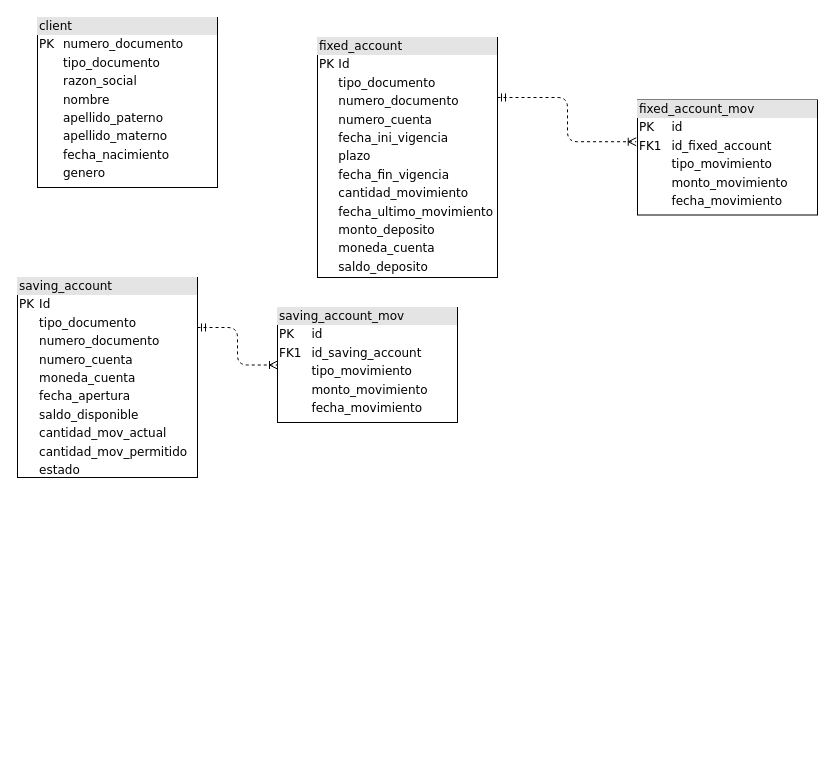
This is analisis/estructura de db.drawio from jedaniel/bootcamp_microservicio, a draw.io file, before an edit. Source tidied: cells renumbered, new cells numbered last; positions are measured from the earlier drawing's top-left corner, leaving out a move shared by most shapes. Both pictures are drawn from the tidied source at 100%, with x=0, y=0 at pixel (17, 17).
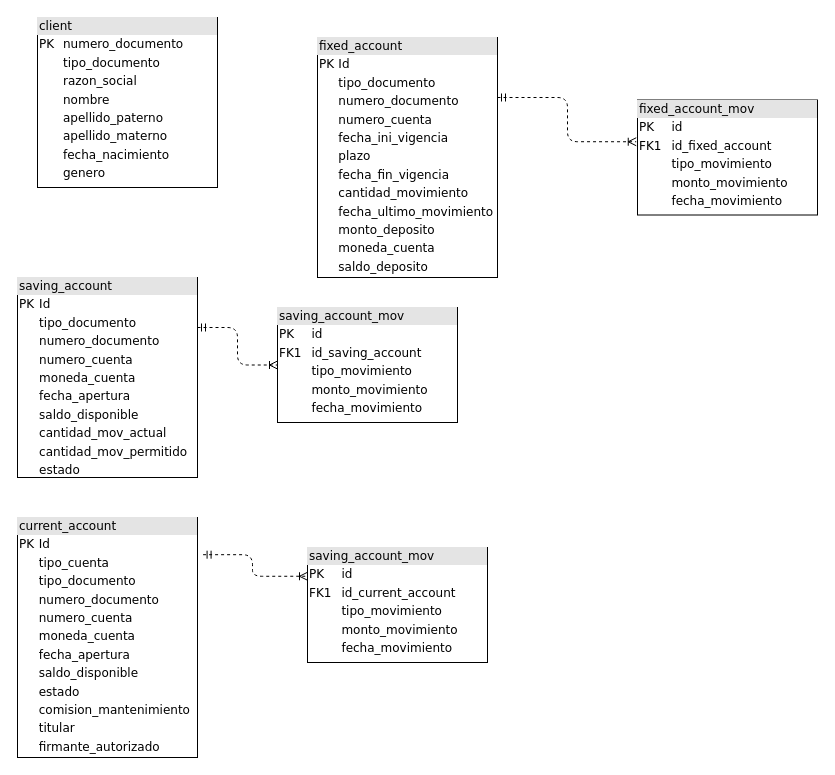
The same page after the edit.

Diff of the diagram source:
```diff
@@
 <mxGraphModel>
   <root>
     <mxCell id="0" />
     <mxCell id="1" parent="0" />
     <mxCell id="2" value="&lt;div style=&quot;box-sizing:border-box;width:100%;background:#e4e4e4;padding:2px;&quot;&gt;client&lt;/div&gt;&lt;table style=&quot;width:100%;font-size:1em;&quot; cellpadding=&quot;2&quot; cellspacing=&quot;0&quot;&gt;&lt;tbody&gt;&lt;tr&gt;&lt;td&gt;PK&lt;/td&gt;&lt;td&gt;numero_documento&lt;/td&gt;&lt;/tr&gt;&lt;tr&gt;&lt;td&gt;&lt;br&gt;&lt;/td&gt;&lt;td&gt;tipo_documento&lt;br&gt;&lt;/td&gt;&lt;/tr&gt;&lt;tr&gt;&lt;td&gt;&lt;br&gt;&lt;/td&gt;&lt;td&gt;razon_social&lt;/td&gt;&lt;/tr&gt;&lt;tr&gt;&lt;td&gt;&lt;/td&gt;&lt;td&gt;nombre&lt;/td&gt;&lt;/tr&gt;&lt;tr&gt;&lt;td&gt;&lt;br&gt;&lt;/td&gt;&lt;td&gt;apellido_paterno&lt;/td&gt;&lt;/tr&gt;&lt;tr&gt;&lt;td&gt;&lt;br&gt;&lt;/td&gt;&lt;td&gt;apellido_materno&lt;/td&gt;&lt;/tr&gt;&lt;tr&gt;&lt;td&gt;&lt;br&gt;&lt;/td&gt;&lt;td&gt;fecha_nacimiento&lt;/td&gt;&lt;/tr&gt;&lt;tr&gt;&lt;td&gt;&lt;br&gt;&lt;/td&gt;&lt;td&gt;genero&lt;/td&gt;&lt;/tr&gt;&lt;tr&gt;&lt;td&gt;&lt;br&gt;&lt;/td&gt;&lt;td&gt;&lt;br&gt;&lt;/td&gt;&lt;/tr&gt;&lt;/tbody&gt;&lt;/table&gt;" style="verticalAlign=top;align=left;overflow=fill;html=1;rounded=0;shadow=0;comic=0;labelBackgroundColor=none;strokeWidth=1;fontFamily=Verdana;fontSize=12;" parent="1" vertex="1">
       <mxGeometry x="20" width="180" height="170" as="geometry" />
     </mxCell>
     <mxCell id="3" value="&lt;div style=&quot;box-sizing:border-box;width:100%;background:#e4e4e4;padding:2px;&quot;&gt;fixed_account&lt;/div&gt;&lt;table style=&quot;width:100%;font-size:1em;&quot; cellpadding=&quot;2&quot; cellspacing=&quot;0&quot;&gt;&lt;tbody&gt;&lt;tr&gt;&lt;td&gt;PK&lt;/td&gt;&lt;td&gt;Id&lt;/td&gt;&lt;/tr&gt;&lt;tr&gt;&lt;td&gt;&lt;br&gt;&lt;/td&gt;&lt;td&gt;tipo_documento&lt;/td&gt;&lt;/tr&gt;&lt;tr&gt;&lt;td&gt;&lt;/td&gt;&lt;td&gt;numero_documento&lt;br&gt;&lt;/td&gt;&lt;/tr&gt;&lt;tr&gt;&lt;td&gt;&lt;br&gt;&lt;/td&gt;&lt;td&gt;numero_cuenta&lt;br&gt;&lt;/td&gt;&lt;/tr&gt;&lt;tr&gt;&lt;td&gt;&lt;br&gt;&lt;/td&gt;&lt;td&gt;fecha_ini_vigencia&lt;/td&gt;&lt;/tr&gt;&lt;tr&gt;&lt;td&gt;&lt;br&gt;&lt;/td&gt;&lt;td&gt;plazo&lt;/td&gt;&lt;/tr&gt;&lt;tr&gt;&lt;td&gt;&lt;br&gt;&lt;/td&gt;&lt;td&gt;fecha_fin_vigencia&lt;/td&gt;&lt;/tr&gt;&lt;tr&gt;&lt;td&gt;&lt;br&gt;&lt;/td&gt;&lt;td&gt;cantidad_movimiento&lt;/td&gt;&lt;/tr&gt;&lt;tr&gt;&lt;td&gt;&lt;br&gt;&lt;/td&gt;&lt;td&gt;fecha_ultimo_movimiento&lt;/td&gt;&lt;/tr&gt;&lt;tr&gt;&lt;td&gt;&lt;br&gt;&lt;/td&gt;&lt;td&gt;monto_deposito&lt;/td&gt;&lt;/tr&gt;&lt;tr&gt;&lt;td&gt;&lt;br&gt;&lt;/td&gt;&lt;td&gt;moneda_cuenta&lt;/td&gt;&lt;/tr&gt;&lt;tr&gt;&lt;td&gt;&lt;br&gt;&lt;/td&gt;&lt;td&gt;saldo_deposito&lt;/td&gt;&lt;/tr&gt;&lt;/tbody&gt;&lt;/table&gt;" style="verticalAlign=top;align=left;overflow=fill;html=1;rounded=0;shadow=0;comic=0;labelBackgroundColor=none;strokeWidth=1;fontFamily=Verdana;fontSize=12;" parent="1" vertex="1">
       <mxGeometry x="300" y="20" width="180" height="240" as="geometry" />
     </mxCell>
     <mxCell id="4" value="&lt;div style=&quot;box-sizing:border-box;width:100%;background:#e4e4e4;padding:2px;&quot;&gt;fixed_account_mov&lt;/div&gt;&lt;table style=&quot;width:100%;font-size:1em;&quot; cellpadding=&quot;2&quot; cellspacing=&quot;0&quot;&gt;&lt;tbody&gt;&lt;tr&gt;&lt;td&gt;PK&lt;/td&gt;&lt;td&gt;id&lt;/td&gt;&lt;/tr&gt;&lt;tr&gt;&lt;td&gt;FK1&lt;/td&gt;&lt;td&gt;id_fixed_account&lt;/td&gt;&lt;/tr&gt;&lt;tr&gt;&lt;td&gt;&lt;/td&gt;&lt;td&gt;tipo_movimiento&lt;/td&gt;&lt;/tr&gt;&lt;tr&gt;&lt;td&gt;&lt;br&gt;&lt;/td&gt;&lt;td&gt;monto_movimiento&lt;/td&gt;&lt;/tr&gt;&lt;tr&gt;&lt;td&gt;&lt;br&gt;&lt;/td&gt;&lt;td&gt;fecha_movimiento&lt;/td&gt;&lt;/tr&gt;&lt;/tbody&gt;&lt;/table&gt;" style="verticalAlign=top;align=left;overflow=fill;html=1;rounded=0;shadow=0;comic=0;labelBackgroundColor=none;strokeWidth=1;fontFamily=Verdana;fontSize=12;" parent="1" vertex="1">
       <mxGeometry x="620" y="82.5" width="180" height="115" as="geometry" />
     </mxCell>
     <mxCell id="5" style="edgeStyle=orthogonalEdgeStyle;html=1;dashed=1;labelBackgroundColor=none;startArrow=ERmandOne;endArrow=ERoneToMany;fontFamily=Verdana;fontSize=12;align=left;exitX=1;exitY=0.25;exitDx=0;exitDy=0;entryX=-0.007;entryY=0.363;entryDx=0;entryDy=0;entryPerimeter=0;" parent="1" edge="1" source="3" target="4">
       <mxGeometry relative="1" as="geometry" />
     </mxCell>
     <mxCell id="6" value="&lt;div style=&quot;box-sizing:border-box;width:100%;background:#e4e4e4;padding:2px;&quot;&gt;saving_account&lt;/div&gt;&lt;table style=&quot;width:100%;font-size:1em;&quot; cellpadding=&quot;2&quot; cellspacing=&quot;0&quot;&gt;&lt;tbody&gt;&lt;tr&gt;&lt;td&gt;PK&lt;/td&gt;&lt;td&gt;Id&lt;/td&gt;&lt;/tr&gt;&lt;tr&gt;&lt;td&gt;&lt;br&gt;&lt;/td&gt;&lt;td&gt;tipo_documento&lt;/td&gt;&lt;/tr&gt;&lt;tr&gt;&lt;td&gt;&lt;/td&gt;&lt;td&gt;numero_documento&lt;br&gt;&lt;/td&gt;&lt;/tr&gt;&lt;tr&gt;&lt;td&gt;&lt;br&gt;&lt;/td&gt;&lt;td&gt;numero_cuenta&lt;br&gt;&lt;/td&gt;&lt;/tr&gt;&lt;tr&gt;&lt;td&gt;&lt;br&gt;&lt;/td&gt;&lt;td&gt;moneda_cuenta&lt;/td&gt;&lt;/tr&gt;&lt;tr&gt;&lt;td&gt;&lt;br&gt;&lt;/td&gt;&lt;td&gt;fecha_apertura&lt;/td&gt;&lt;/tr&gt;&lt;tr&gt;&lt;td&gt;&lt;br&gt;&lt;/td&gt;&lt;td&gt;saldo_disponible&lt;/td&gt;&lt;/tr&gt;&lt;tr&gt;&lt;td&gt;&lt;br&gt;&lt;/td&gt;&lt;td&gt;cantidad_mov_actual&lt;/td&gt;&lt;/tr&gt;&lt;tr&gt;&lt;td&gt;&lt;br&gt;&lt;/td&gt;&lt;td&gt;cantidad_mov_permitido&lt;/td&gt;&lt;/tr&gt;&lt;tr&gt;&lt;td&gt;&lt;br&gt;&lt;/td&gt;&lt;td&gt;estado&lt;/td&gt;&lt;/tr&gt;&lt;/tbody&gt;&lt;/table&gt;" style="verticalAlign=top;align=left;overflow=fill;html=1;rounded=0;shadow=0;comic=0;labelBackgroundColor=none;strokeWidth=1;fontFamily=Verdana;fontSize=12;" parent="1" vertex="1">
       <mxGeometry y="260" width="180" height="200" as="geometry" />
     </mxCell>
     <mxCell id="7" value="&lt;div style=&quot;box-sizing:border-box;width:100%;background:#e4e4e4;padding:2px;&quot;&gt;saving_account_mov&lt;/div&gt;&lt;table style=&quot;width:100%;font-size:1em;&quot; cellpadding=&quot;2&quot; cellspacing=&quot;0&quot;&gt;&lt;tbody&gt;&lt;tr&gt;&lt;td&gt;PK&lt;/td&gt;&lt;td&gt;id&lt;/td&gt;&lt;/tr&gt;&lt;tr&gt;&lt;td&gt;FK1&lt;/td&gt;&lt;td&gt;id_saving_account&lt;/td&gt;&lt;/tr&gt;&lt;tr&gt;&lt;td&gt;&lt;/td&gt;&lt;td&gt;tipo_movimiento&lt;/td&gt;&lt;/tr&gt;&lt;tr&gt;&lt;td&gt;&lt;br&gt;&lt;/td&gt;&lt;td&gt;monto_movimiento&lt;/td&gt;&lt;/tr&gt;&lt;tr&gt;&lt;td&gt;&lt;br&gt;&lt;/td&gt;&lt;td&gt;fecha_movimiento&lt;/td&gt;&lt;/tr&gt;&lt;/tbody&gt;&lt;/table&gt;" style="verticalAlign=top;align=left;overflow=fill;html=1;rounded=0;shadow=0;comic=0;labelBackgroundColor=none;strokeWidth=1;fontFamily=Verdana;fontSize=12;" parent="1" vertex="1">
       <mxGeometry x="260" y="290" width="180" height="115" as="geometry" />
     </mxCell>
     <mxCell id="8" style="edgeStyle=orthogonalEdgeStyle;html=1;dashed=1;labelBackgroundColor=none;startArrow=ERmandOne;endArrow=ERoneToMany;fontFamily=Verdana;fontSize=12;align=left;exitX=1;exitY=0.25;exitDx=0;exitDy=0;entryX=0;entryY=0.5;entryDx=0;entryDy=0;" parent="1" edge="1" source="6" target="7">
       <mxGeometry relative="1" as="geometry" />
     </mxCell>
+    <mxCell id="9" value="&lt;div style=&quot;box-sizing:border-box;width:100%;background:#e4e4e4;padding:2px;&quot;&gt;current_account&lt;/div&gt;&lt;table style=&quot;width:100%;font-size:1em;&quot; cellpadding=&quot;2&quot; cellspacing=&quot;0&quot;&gt;&lt;tbody&gt;&lt;tr&gt;&lt;td&gt;PK&lt;/td&gt;&lt;td&gt;Id&lt;/td&gt;&lt;/tr&gt;&lt;tr&gt;&lt;td&gt;&lt;br&gt;&lt;/td&gt;&lt;td&gt;tipo_cuenta&lt;/td&gt;&lt;/tr&gt;&lt;tr&gt;&lt;td&gt;&lt;br&gt;&lt;/td&gt;&lt;td&gt;tipo_documento&lt;/td&gt;&lt;/tr&gt;&lt;tr&gt;&lt;td&gt;&lt;/td&gt;&lt;td&gt;numero_documento&lt;br&gt;&lt;/td&gt;&lt;/tr&gt;&lt;tr&gt;&lt;td&gt;&lt;br&gt;&lt;/td&gt;&lt;td&gt;numero_cuenta&lt;br&gt;&lt;/td&gt;&lt;/tr&gt;&lt;tr&gt;&lt;td&gt;&lt;br&gt;&lt;/td&gt;&lt;td&gt;moneda_cuenta&lt;/td&gt;&lt;/tr&gt;&lt;tr&gt;&lt;td&gt;&lt;br&gt;&lt;/td&gt;&lt;td&gt;fecha_apertura&lt;/td&gt;&lt;/tr&gt;&lt;tr&gt;&lt;td&gt;&lt;br&gt;&lt;/td&gt;&lt;td&gt;saldo_disponible&lt;/td&gt;&lt;/tr&gt;&lt;tr&gt;&lt;td&gt;&lt;br&gt;&lt;/td&gt;&lt;td&gt;estado&lt;/td&gt;&lt;/tr&gt;&lt;tr&gt;&lt;td&gt;&lt;br&gt;&lt;/td&gt;&lt;td&gt;comision_mantenimiento&lt;/td&gt;&lt;/tr&gt;&lt;tr&gt;&lt;td&gt;&lt;br&gt;&lt;/td&gt;&lt;td&gt;titular&lt;/td&gt;&lt;/tr&gt;&lt;tr&gt;&lt;td&gt;&lt;br&gt;&lt;/td&gt;&lt;td&gt;firmante_autorizado&lt;/td&gt;&lt;/tr&gt;&lt;/tbody&gt;&lt;/table&gt;" style="verticalAlign=top;align=left;overflow=fill;html=1;rounded=0;shadow=0;comic=0;labelBackgroundColor=none;strokeWidth=1;fontFamily=Verdana;fontSize=12;" parent="1" vertex="1">
+      <mxGeometry y="500" width="180" height="240" as="geometry" />
+    </mxCell>
+    <mxCell id="10" value="&lt;div style=&quot;box-sizing:border-box;width:100%;background:#e4e4e4;padding:2px;&quot;&gt;saving_account_mov&lt;/div&gt;&lt;table style=&quot;width:100%;font-size:1em;&quot; cellpadding=&quot;2&quot; cellspacing=&quot;0&quot;&gt;&lt;tbody&gt;&lt;tr&gt;&lt;td&gt;PK&lt;/td&gt;&lt;td&gt;id&lt;/td&gt;&lt;/tr&gt;&lt;tr&gt;&lt;td&gt;FK1&lt;/td&gt;&lt;td&gt;id_current_account&lt;/td&gt;&lt;/tr&gt;&lt;tr&gt;&lt;td&gt;&lt;/td&gt;&lt;td&gt;tipo_movimiento&lt;/td&gt;&lt;/tr&gt;&lt;tr&gt;&lt;td&gt;&lt;br&gt;&lt;/td&gt;&lt;td&gt;monto_movimiento&lt;/td&gt;&lt;/tr&gt;&lt;tr&gt;&lt;td&gt;&lt;br&gt;&lt;/td&gt;&lt;td&gt;fecha_movimiento&lt;/td&gt;&lt;/tr&gt;&lt;/tbody&gt;&lt;/table&gt;" style="verticalAlign=top;align=left;overflow=fill;html=1;rounded=0;shadow=0;comic=0;labelBackgroundColor=none;strokeWidth=1;fontFamily=Verdana;fontSize=12;" parent="1" vertex="1">
+      <mxGeometry x="290" y="530" width="180" height="115" as="geometry" />
+    </mxCell>
+    <mxCell id="11" style="edgeStyle=orthogonalEdgeStyle;html=1;dashed=1;labelBackgroundColor=none;startArrow=ERmandOne;endArrow=ERoneToMany;fontFamily=Verdana;fontSize=12;align=left;exitX=1.031;exitY=0.155;exitDx=0;exitDy=0;entryX=0;entryY=0.25;entryDx=0;entryDy=0;exitPerimeter=0;" parent="1" edge="1" source="9" target="10">
+      <mxGeometry relative="1" as="geometry" />
+    </mxCell>
   </root>
 </mxGraphModel>
```
